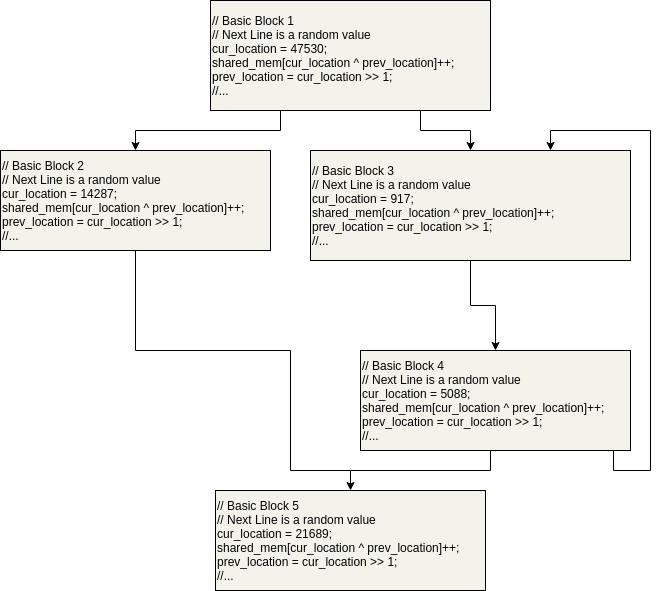
behnamarbab/masterthesis keeps this draw.io diagram as Images/Chapter2/instrumentation.png. Above is the earlier version. Source tidied: cells renumbered, new cells last; positions are measured from the earlier drawing's top-left corner, leaving out a move shared by most shapes.
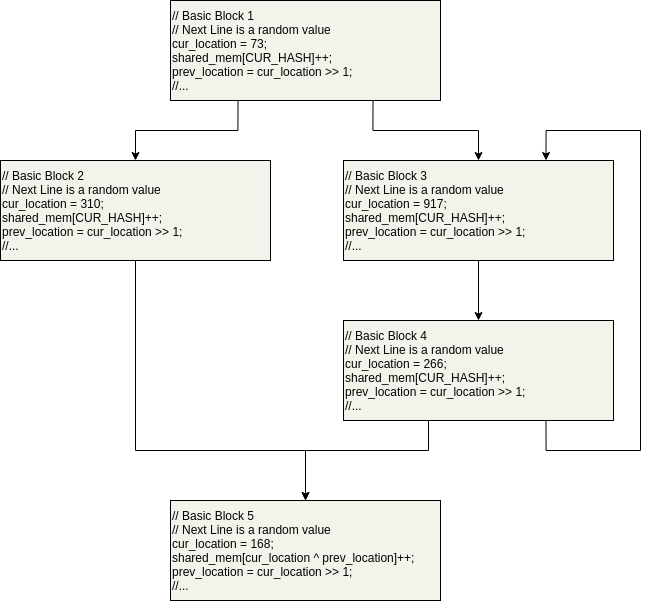
After the change.

Change to the diagram source:
```diff
@@ -5,56 +5,52 @@
     <mxCell id="2" style="edgeStyle=orthogonalEdgeStyle;rounded=0;jettySize=auto;html=1;exitX=0.25;exitY=1;exitDx=0;exitDy=0;entryX=0.5;entryY=0;entryDx=0;entryDy=0;" parent="1" edge="1" source="4" target="6">
       <mxGeometry relative="1" as="geometry" />
     </mxCell>
-    <mxCell id="3" style="edgeStyle=orthogonalEdgeStyle;rounded=0;jettySize=auto;html=1;exitX=0.75;exitY=1;exitDx=0;exitDy=0;" parent="1" edge="1" source="4" target="8">
+    <mxCell id="3" style="edgeStyle=orthogonalEdgeStyle;rounded=0;jettySize=auto;html=1;exitX=0.75;exitY=1;exitDx=0;exitDy=0;entryX=0.5;entryY=0;entryDx=0;entryDy=0;" parent="1" edge="1" source="4" target="8">
       <mxGeometry relative="1" as="geometry" />
     </mxCell>
-    <mxCell id="4" value="&lt;span style=&quot;background-color: rgb(243 , 243 , 235)&quot;&gt;&lt;font color=&quot;#030303&quot;&gt;// Basic Block 1&lt;br&gt;// Next Line is a random value&lt;br&gt;cur_location = 47530; &lt;br&gt;shared_mem[cur_location ^ prev_location]++;&lt;br&gt;prev_location = cur_location &amp;gt;&amp;gt; 1;&lt;br&gt;//...&lt;/font&gt;&lt;br&gt;&lt;/span&gt;" style="rounded=0;whiteSpace=wrap;html=1;align=left;background-color=rgb(243, 243, 235);fillColor=#f3f3eb;" parent="1" vertex="1">
-      <mxGeometry x="210" width="280" height="110" as="geometry" />
+    <mxCell id="4" value="&lt;span style=&quot;background-color: rgb(243 , 243 , 235)&quot;&gt;&lt;font color=&quot;#030303&quot;&gt;// Basic Block 1&lt;br&gt;// Next Line is a random value&lt;br&gt;cur_location = 73; &lt;br&gt;shared_mem[&lt;/font&gt;&lt;/span&gt;&lt;span style=&quot;color: rgb(3 , 3 , 3) ; background-color: rgb(243 , 243 , 235)&quot;&gt;CUR_HASH&lt;/span&gt;&lt;span style=&quot;background-color: rgb(243 , 243 , 235)&quot;&gt;&lt;font color=&quot;#030303&quot;&gt;]++;&lt;br&gt;prev_location = cur_location &amp;gt;&amp;gt; 1;&lt;br&gt;//...&lt;/font&gt;&lt;br&gt;&lt;/span&gt;" style="rounded=0;whiteSpace=wrap;html=1;align=left;background-color=rgb(243, 243, 235);fillColor=#f3f3eb;" parent="1" vertex="1">
+      <mxGeometry x="170" y="-10" width="270" height="100" as="geometry" />
     </mxCell>
-    <mxCell id="5" style="edgeStyle=orthogonalEdgeStyle;rounded=0;jettySize=auto;html=1;exitX=0.5;exitY=1;exitDx=0;exitDy=0;endArrow=none;endFill=0;" parent="1" edge="1" source="6">
-      <mxGeometry relative="1" as="geometry">
-        <mxPoint x="350" y="470" as="targetPoint" />
-        <Array as="points">
-          <mxPoint x="135" y="350" />
-          <mxPoint x="290" y="350" />
-          <mxPoint x="290" y="470" />
-        </Array>
-      </mxGeometry>
-    </mxCell>
+    <mxCell id="13" style="edgeStyle=orthogonalEdgeStyle;rounded=0;jettySize=auto;html=1;exitX=0.5;exitY=1;exitDx=0;exitDy=0;entryX=0.5;entryY=0;entryDx=0;entryDy=0;" parent="1" edge="1" source="6" target="12">
+      <mxGeometry relative="1" as="geometry">
+        <Array as="points">
+          <mxPoint x="135" y="440" />
+          <mxPoint x="305" y="440" />
+        </Array>
+      </mxGeometry>
+    </mxCell>
-    <mxCell id="6" value="&lt;font color=&quot;#030303&quot;&gt;&lt;span style=&quot;background-color: rgb(243 , 243 , 235)&quot;&gt;// Basic Block 2&lt;br&gt;&lt;/span&gt;&lt;span style=&quot;background-color: rgb(243 , 243 , 235)&quot;&gt;// Next Line is a random value&lt;br&gt;&lt;/span&gt;&lt;/font&gt;&lt;span style=&quot;background-color: rgb(243 , 243 , 235)&quot;&gt;&lt;font color=&quot;#030303&quot;&gt;cur_location = 14287; &lt;br&gt;shared_mem[cur_location ^ prev_location]++;&lt;br&gt;prev_location = cur_location &amp;gt;&amp;gt; 1;&lt;br&gt;//...&lt;/font&gt;&lt;br&gt;&lt;/span&gt;" style="rounded=0;whiteSpace=wrap;html=1;align=left;background-color=rgb(243, 243, 235);fillColor=#f3f3eb;" parent="1" vertex="1">
+    <mxCell id="6" value="&lt;font color=&quot;#030303&quot;&gt;&lt;span style=&quot;background-color: rgb(243 , 243 , 235)&quot;&gt;// Basic Block 2&lt;br&gt;&lt;/span&gt;&lt;span style=&quot;background-color: rgb(243 , 243 , 235)&quot;&gt;// Next Line is a random value&lt;br&gt;&lt;/span&gt;&lt;/font&gt;&lt;span style=&quot;background-color: rgb(243 , 243 , 235)&quot;&gt;&lt;font color=&quot;#030303&quot;&gt;cur_location = 310; &lt;br&gt;shared_mem[CUR_HASH]++;&lt;br&gt;prev_location = cur_location &amp;gt;&amp;gt; 1;&lt;br&gt;//...&lt;/font&gt;&lt;br&gt;&lt;/span&gt;" style="rounded=0;whiteSpace=wrap;html=1;align=left;background-color=rgb(243, 243, 235);fillColor=#f3f3eb;" parent="1" vertex="1">
       <mxGeometry y="150" width="270" height="100" as="geometry" />
     </mxCell>
-    <mxCell id="7" style="edgeStyle=orthogonalEdgeStyle;rounded=0;jettySize=auto;html=1;exitX=0.5;exitY=1;exitDx=0;exitDy=0;" parent="1" edge="1" source="8" target="11">
+    <mxCell id="7" style="edgeStyle=orthogonalEdgeStyle;rounded=0;jettySize=auto;html=1;exitX=0.5;exitY=1;exitDx=0;exitDy=0;entryX=0.5;entryY=0;entryDx=0;entryDy=0;" parent="1" edge="1" source="8" target="11">
       <mxGeometry relative="1" as="geometry" />
     </mxCell>
-    <mxCell id="8" value="&lt;font color=&quot;#030303&quot;&gt;&lt;span style=&quot;background-color: rgb(243 , 243 , 235)&quot;&gt;// Basic Block 3&lt;br&gt;&lt;/span&gt;&lt;span style=&quot;background-color: rgb(243 , 243 , 235)&quot;&gt;// Next Line is a random value&lt;/span&gt;&lt;/font&gt;&lt;span style=&quot;background-color: rgb(243 , 243 , 235)&quot;&gt;&lt;font color=&quot;#030303&quot;&gt;&lt;br&gt;cur_location = 917; &lt;br&gt;shared_mem[cur_location ^ prev_location]++;&lt;br&gt;prev_location = cur_location &amp;gt;&amp;gt; 1;&lt;br&gt;//...&lt;/font&gt;&lt;br&gt;&lt;/span&gt;" style="rounded=0;whiteSpace=wrap;html=1;align=left;background-color=rgb(243, 243, 235);fillColor=#f3f3eb;" parent="1" vertex="1">
-      <mxGeometry x="310" y="150" width="320" height="110" as="geometry" />
+    <mxCell id="8" value="&lt;font color=&quot;#030303&quot;&gt;&lt;span style=&quot;background-color: rgb(243 , 243 , 235)&quot;&gt;// Basic Block 3&lt;br&gt;&lt;/span&gt;&lt;span style=&quot;background-color: rgb(243 , 243 , 235)&quot;&gt;// Next Line is a random value&lt;/span&gt;&lt;/font&gt;&lt;span style=&quot;background-color: rgb(243 , 243 , 235)&quot;&gt;&lt;font color=&quot;#030303&quot;&gt;&lt;br&gt;cur_location = 917; &lt;br&gt;shared_mem[&lt;/font&gt;&lt;/span&gt;&lt;span style=&quot;color: rgb(3 , 3 , 3) ; background-color: rgb(243 , 243 , 235)&quot;&gt;CUR_HASH&lt;/span&gt;&lt;span style=&quot;background-color: rgb(243 , 243 , 235)&quot;&gt;&lt;font color=&quot;#030303&quot;&gt;]++;&lt;br&gt;prev_location = cur_location &amp;gt;&amp;gt; 1;&lt;br&gt;//...&lt;/font&gt;&lt;br&gt;&lt;/span&gt;" style="rounded=0;whiteSpace=wrap;html=1;align=left;background-color=rgb(243, 243, 235);fillColor=#f3f3eb;" parent="1" vertex="1">
+      <mxGeometry x="343" y="150" width="270" height="100" as="geometry" />
     </mxCell>
+    <mxCell id="10" style="edgeStyle=orthogonalEdgeStyle;rounded=0;jettySize=auto;html=1;exitX=0.75;exitY=1;exitDx=0;exitDy=0;entryX=0.75;entryY=0;entryDx=0;entryDy=0;" parent="1" edge="1" source="11" target="8">
+      <mxGeometry relative="1" as="geometry">
+        <Array as="points">
+          <mxPoint x="546" y="440" />
+          <mxPoint x="640" y="440" />
+          <mxPoint x="640" y="120" />
+          <mxPoint x="546" y="120" />
+        </Array>
+      </mxGeometry>
+    </mxCell>
     <mxCell id="9" style="edgeStyle=orthogonalEdgeStyle;rounded=0;jettySize=auto;html=1;exitX=0.25;exitY=1;exitDx=0;exitDy=0;entryX=0.5;entryY=0;entryDx=0;entryDy=0;" parent="1" edge="1" source="11" target="12">
       <mxGeometry relative="1" as="geometry">
         <Array as="points">
-          <mxPoint x="490" y="450" />
-          <mxPoint x="490" y="470" />
-          <mxPoint x="350" y="470" />
+          <mxPoint x="428" y="440" />
+          <mxPoint x="305" y="440" />
         </Array>
       </mxGeometry>
     </mxCell>
-    <mxCell id="10" style="edgeStyle=orthogonalEdgeStyle;rounded=0;jettySize=auto;html=1;exitX=0.75;exitY=1;exitDx=0;exitDy=0;entryX=0.75;entryY=0;entryDx=0;entryDy=0;" parent="1" edge="1" source="11" target="8">
-      <mxGeometry relative="1" as="geometry">
-        <Array as="points">
-          <mxPoint x="613" y="450" />
-          <mxPoint x="613" y="470" />
-          <mxPoint x="650" y="470" />
-          <mxPoint x="650" y="130" />
-          <mxPoint x="550" y="130" />
-        </Array>
-      </mxGeometry>
-    </mxCell>
-    <mxCell id="11" value="&lt;font color=&quot;#030303&quot;&gt;&lt;span style=&quot;background-color: rgb(243 , 243 , 235)&quot;&gt;// Basic Block 4&lt;br&gt;&lt;/span&gt;&lt;span style=&quot;background-color: rgb(243 , 243 , 235)&quot;&gt;// Next Line is a random value&lt;/span&gt;&lt;/font&gt;&lt;span style=&quot;background-color: rgb(243 , 243 , 235)&quot;&gt;&lt;font color=&quot;#030303&quot;&gt;&lt;br&gt;cur_location = 5088; &lt;br&gt;shared_mem[cur_location ^ prev_location]++;&lt;br&gt;prev_location = cur_location &amp;gt;&amp;gt; 1;&lt;br&gt;//...&lt;/font&gt;&lt;br&gt;&lt;/span&gt;" style="rounded=0;whiteSpace=wrap;html=1;align=left;background-color=rgb(243, 243, 235);fillColor=#f3f3eb;" parent="1" vertex="1">
-      <mxGeometry x="360" y="350" width="270" height="100" as="geometry" />
+    <mxCell id="11" value="&lt;font color=&quot;#030303&quot;&gt;&lt;span style=&quot;background-color: rgb(243 , 243 , 235)&quot;&gt;// Basic Block 4&lt;br&gt;&lt;/span&gt;&lt;span style=&quot;background-color: rgb(243 , 243 , 235)&quot;&gt;// Next Line is a random value&lt;/span&gt;&lt;/font&gt;&lt;span style=&quot;background-color: rgb(243 , 243 , 235)&quot;&gt;&lt;font color=&quot;#030303&quot;&gt;&lt;br&gt;cur_location = 266; &lt;br&gt;shared_mem[&lt;/font&gt;&lt;/span&gt;&lt;span style=&quot;color: rgb(3 , 3 , 3) ; background-color: rgb(243 , 243 , 235)&quot;&gt;CUR_HASH&lt;/span&gt;&lt;span style=&quot;background-color: rgb(243 , 243 , 235)&quot;&gt;&lt;font color=&quot;#030303&quot;&gt;]++;&lt;br&gt;prev_location = cur_location &amp;gt;&amp;gt; 1;&lt;br&gt;//...&lt;/font&gt;&lt;br&gt;&lt;/span&gt;" style="rounded=0;whiteSpace=wrap;html=1;align=left;background-color=rgb(243, 243, 235);fillColor=#f3f3eb;" parent="1" vertex="1">
+      <mxGeometry x="343" y="310" width="270" height="100" as="geometry" />
     </mxCell>
-    <mxCell id="12" value="&lt;font color=&quot;#030303&quot;&gt;&lt;span style=&quot;background-color: rgb(243 , 243 , 235)&quot;&gt;// Basic Block 5&lt;br&gt;&lt;/span&gt;&lt;span style=&quot;background-color: rgb(243 , 243 , 235)&quot;&gt;// Next Line is a random value&lt;/span&gt;&lt;/font&gt;&lt;span style=&quot;background-color: rgb(243 , 243 , 235)&quot;&gt;&lt;font color=&quot;#030303&quot;&gt;&lt;br&gt;cur_location = 21689; &lt;br&gt;shared_mem[cur_location ^ prev_location]++;&lt;br&gt;prev_location = cur_location &amp;gt;&amp;gt; 1;&lt;br&gt;//...&lt;/font&gt;&lt;br&gt;&lt;/span&gt;" style="rounded=0;whiteSpace=wrap;html=1;align=left;background-color=rgb(243, 243, 235);fillColor=#f3f3eb;" parent="1" vertex="1">
-      <mxGeometry x="215" y="490" width="270" height="100" as="geometry" />
+    <mxCell id="12" value="&lt;font color=&quot;#030303&quot;&gt;&lt;span style=&quot;background-color: rgb(243 , 243 , 235)&quot;&gt;// Basic Block 5&lt;br&gt;&lt;/span&gt;&lt;span style=&quot;background-color: rgb(243 , 243 , 235)&quot;&gt;// Next Line is a random value&lt;/span&gt;&lt;/font&gt;&lt;span style=&quot;background-color: rgb(243 , 243 , 235)&quot;&gt;&lt;font color=&quot;#030303&quot;&gt;&lt;br&gt;cur_location = 168; &lt;br&gt;shared_mem[cur_location ^ prev_location]++;&lt;br&gt;prev_location = cur_location &amp;gt;&amp;gt; 1;&lt;br&gt;//...&lt;/font&gt;&lt;br&gt;&lt;/span&gt;" style="rounded=0;whiteSpace=wrap;html=1;align=left;background-color=rgb(243, 243, 235);fillColor=#f3f3eb;" parent="1" vertex="1">
+      <mxGeometry x="170" y="490" width="270" height="100" as="geometry" />
     </mxCell>
   </root>
 </mxGraphModel>
```
